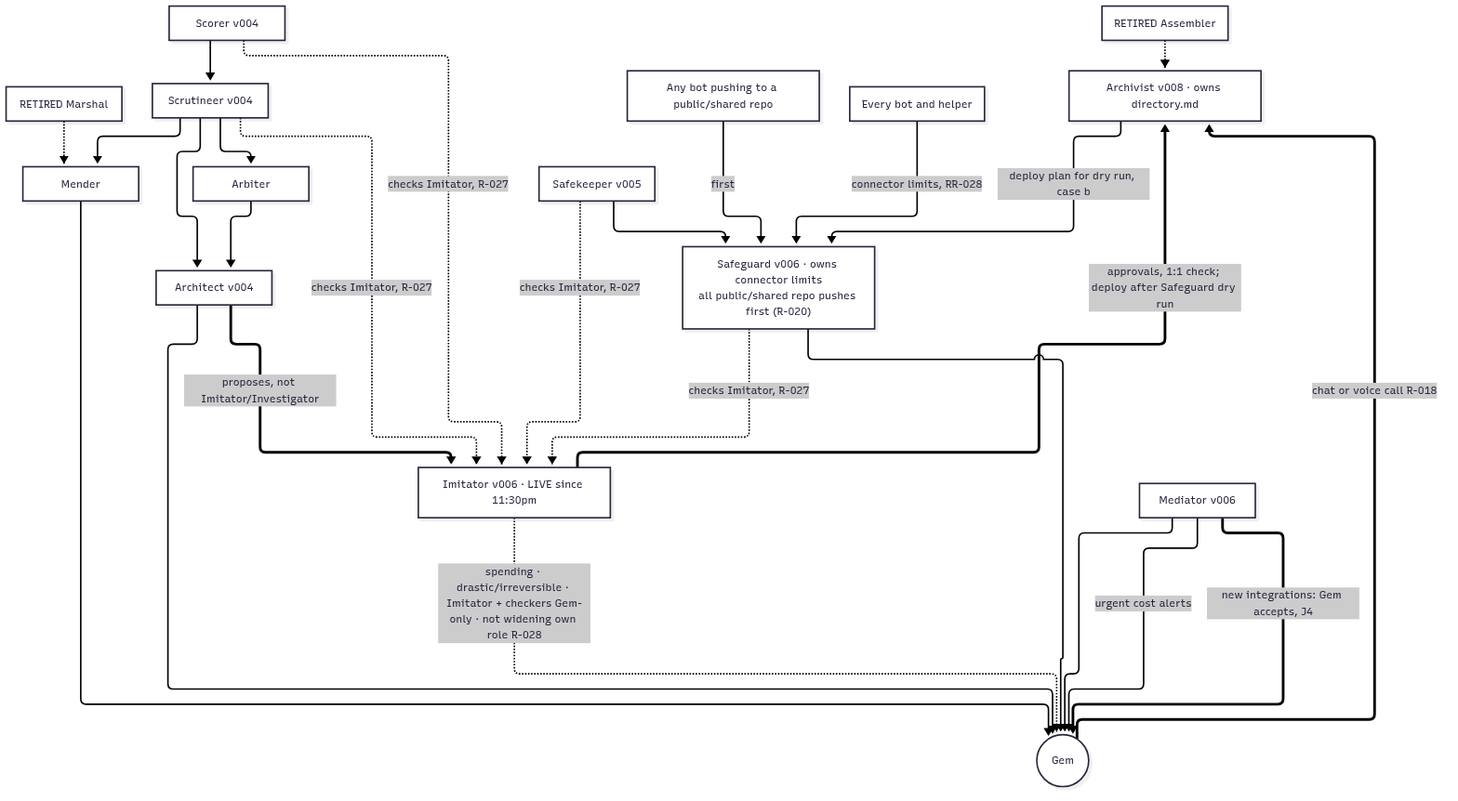
Before: governance/cartography/role-map-detail-governance.png, a diagram exported from Mermaid (gemquota/gvmw). Its source is kept beside it as governance/cartography/role-map-detail-governance.mmd.
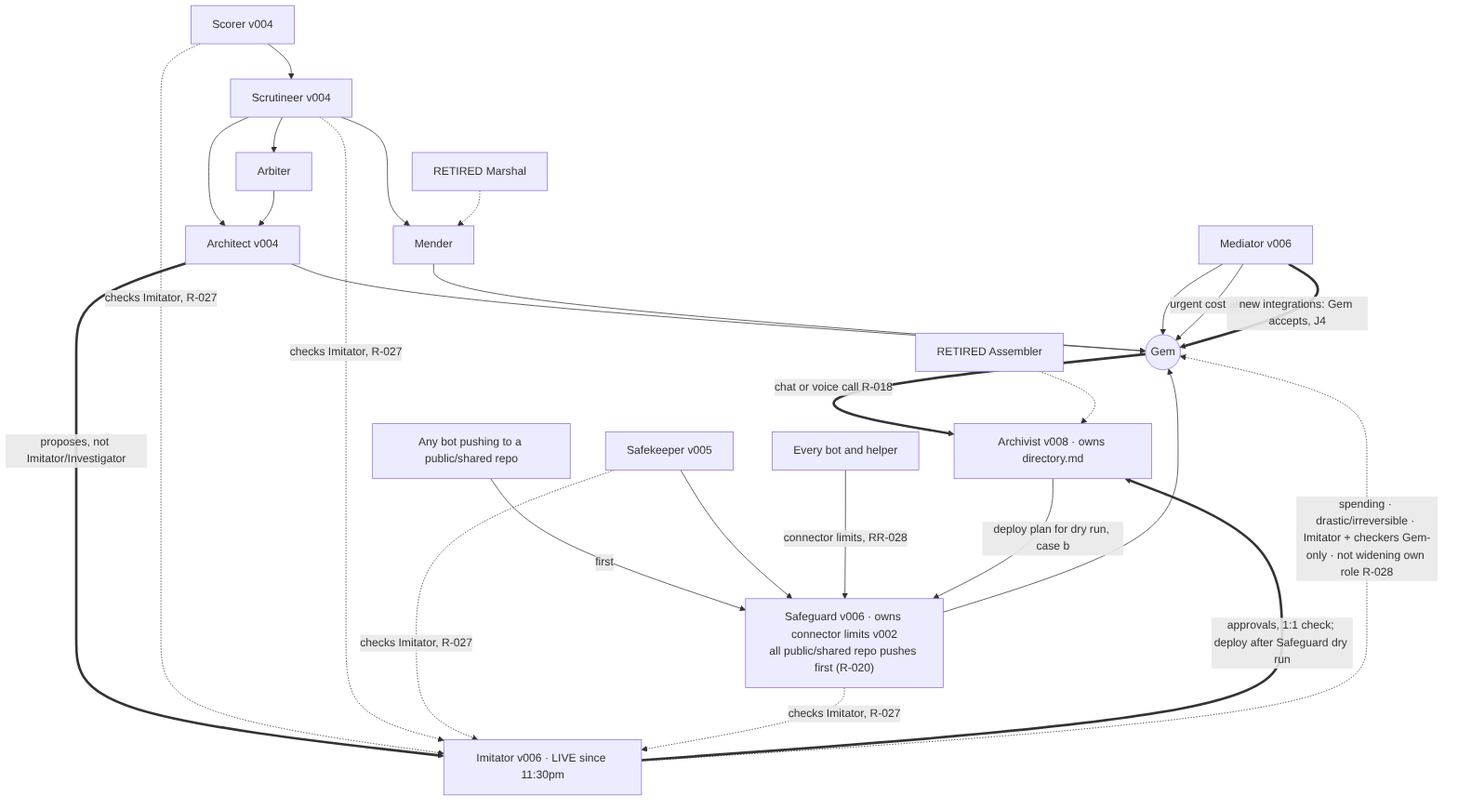
After the commit.

Diff of the diagram source:
```diff
@@ -9,7 +9,7 @@
   SCR --> MEN["Mender"]
   SCR --> ARB["Arbiter"]
   ARB --> ARX
-  SFG["Safeguard v006 · owns connector limits<br/>all public/shared repo pushes first (R-020)"] --> GEM
+  SFG["Safeguard v006 · owns connector limits v002<br/>all public/shared repo pushes first (R-020)"] --> GEM
   IMI["Imitator v006 · LIVE since 11:30pm"] ==>|approvals, 1:1 check; deploy after Safeguard dry run| ARC
   ARX ==>|proposes, not Imitator/Investigator| IMI
   IMI -.->|spending · drastic/irreversible · Imitator + checkers Gem-only · not widening own role R-028| GEM
```
